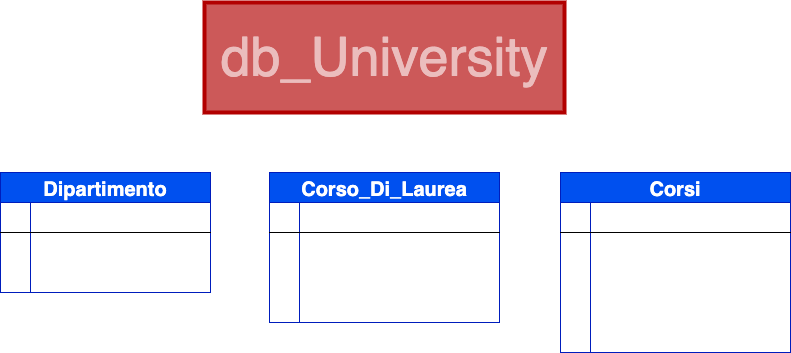
Earlier version of the draw.io export diagram.drawio.png (RaffaeleVallifuoco/db-university). Source tidied: cells renumbered, new cells last; positions are measured from the earlier drawing's top-left corner, leaving out a move shared by most shapes.
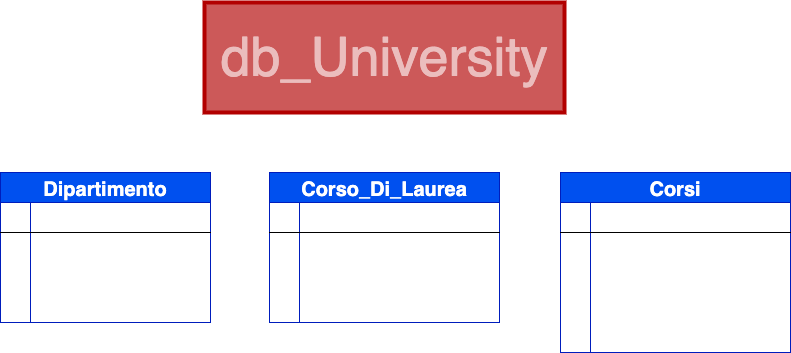
After the commit.

Commit message:
tentativo di bestemmia #1

The edit, as a diff of the source:
```diff
@@ -6,7 +6,7 @@
       <mxGeometry x="204" width="360" height="110" as="geometry" />
     </mxCell>
     <mxCell id="3" value="Dipartimento" style="shape=table;startSize=30;rowLines=0;fontStyle=1;align=center;strokeWidth=1;fontSize=20;fontColor=#ffffff;fillColor=#0050ef;strokeColor=#001DBC;" parent="1" vertex="1">
-      <mxGeometry y="170" width="210" height="120" as="geometry" />
+      <mxGeometry y="170" width="210" height="150" as="geometry" />
     </mxCell>
     <mxCell id="4" style="shape=tableRow;horizontal=0;startSize=0;swimlaneHead=0;swimlaneBody=0;fillColor=none;top=0;left=0;right=0;bottom=1;strokeWidth=1;fontSize=18;fontColor=#FFFFFF;" parent="3" vertex="1">
       <mxGeometry y="30" width="210" height="30" as="geometry" />
@@ -26,8 +26,17 @@
     <mxCell id="9" value="Nome_Dipartimento" style="shape=partialRectangle;fillColor=none;top=0;left=0;bottom=0;right=0;align=left;spacingLeft=6;overflow=hidden;strokeWidth=1;fontSize=18;fontColor=#FFFFFF;" parent="7" vertex="1">
       <mxGeometry x="30" width="180" height="30" as="geometry" />
     </mxCell>
+    <mxCell id="42" style="shape=tableRow;horizontal=0;startSize=0;swimlaneHead=0;swimlaneBody=0;fillColor=none;top=0;left=0;right=0;bottom=0;strokeWidth=1;fontSize=18;fontColor=#FFFFFF;" parent="3" vertex="1">
+      <mxGeometry y="90" width="210" height="30" as="geometry" />
+    </mxCell>
+    <mxCell id="43" style="shape=partialRectangle;fillColor=none;top=0;left=0;bottom=0;right=0;overflow=hidden;strokeWidth=1;fontSize=18;fontColor=#FFFFFF;" parent="42" vertex="1">
+      <mxGeometry width="30" height="30" as="geometry" />
+    </mxCell>
+    <mxCell id="44" value="Sede" style="shape=partialRectangle;fillColor=none;top=0;left=0;bottom=0;right=0;align=left;spacingLeft=6;overflow=hidden;strokeWidth=1;fontSize=18;fontColor=#FFFFFF;" parent="42" vertex="1">
+      <mxGeometry x="30" width="180" height="30" as="geometry" />
+    </mxCell>
     <mxCell id="10" style="shape=tableRow;horizontal=0;startSize=0;swimlaneHead=0;swimlaneBody=0;fillColor=none;top=0;left=0;right=0;bottom=0;strokeWidth=1;fontSize=18;fontColor=#FFFFFF;" parent="3" vertex="1">
-      <mxGeometry y="90" width="210" height="30" as="geometry" />
+      <mxGeometry y="120" width="210" height="30" as="geometry" />
     </mxCell>
     <mxCell id="11" style="shape=partialRectangle;fillColor=none;top=0;left=0;bottom=0;right=0;overflow=hidden;strokeWidth=1;fontSize=18;fontColor=#FFFFFF;" parent="10" vertex="1">
       <mxGeometry width="30" height="30" as="geometry" />
```
